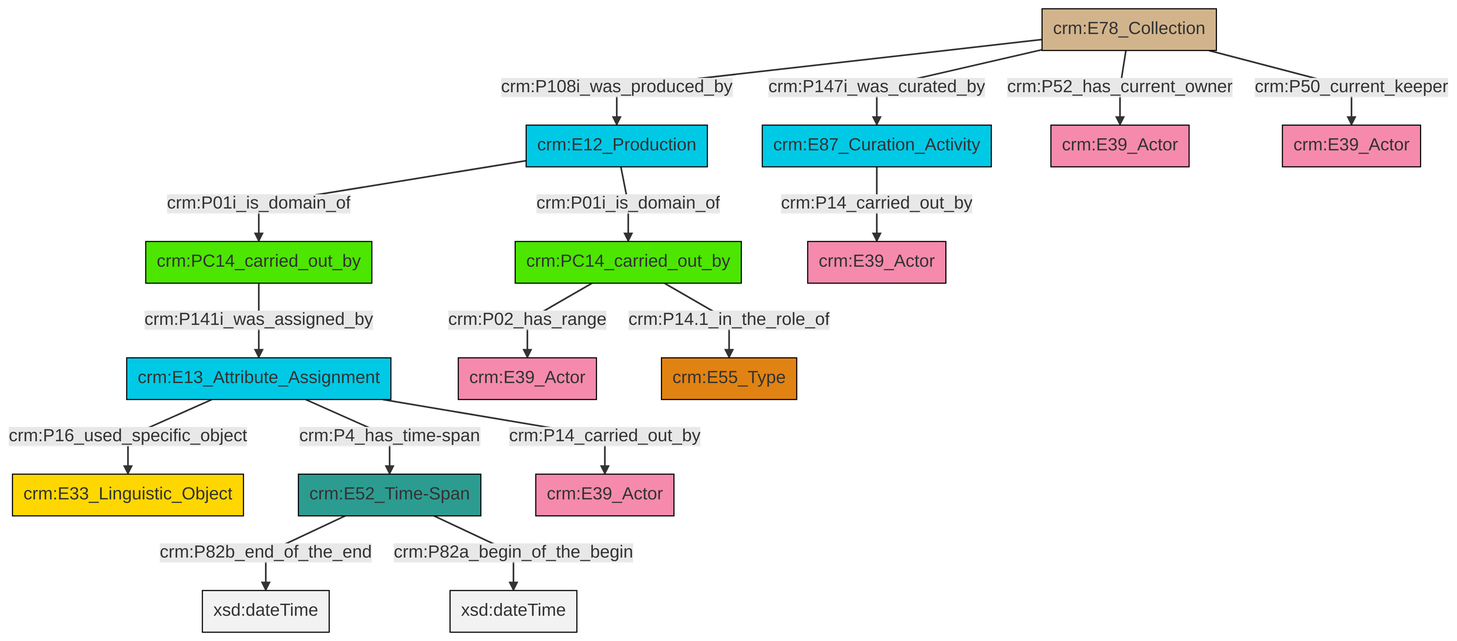
swiss-art-research-net/docs.swissartresearch keeps this Mermaid diagram as et/archivalCSV/ttl/mmd/png/archival_relation.png. Above is the earlier version. Its source is kept beside it as et/archivalCSV/ttl/mmd/archival_relation.ttl.mmd. Source of this version:
```mermaid
graph TD
classDef Literal fill:#f2f2f2,stroke:#000000;
classDef CRM_Entity fill:#FFFFFF,stroke:#000000;
classDef Temporal_Entity fill:#00C9E6, stroke:#000000;
classDef Type fill:#E18312, stroke:#000000;
classDef Time-Span fill:#2C9C91, stroke:#000000;
classDef Appellation fill:#FFEB7F, stroke:#000000;
classDef Place fill:#008836, stroke:#000000;
classDef Persistent_Item fill:#B266B2, stroke:#000000;
classDef Conceptual_Object fill:#FFD700, stroke:#000000;
classDef Physical_Thing fill:#D2B48C, stroke:#000000;
classDef Actor fill:#f58aad, stroke:#000000;
classDef PC_Classes fill:#4ce600, stroke:#000000;
classDef Multi fill:#cccccc,stroke:#000000;

4["crm:E78_Collection"]:::Physical_Thing -->|crm:P52_has_current_owner| 5["crm:E39_Actor"]:::Actor
6["crm:E13_Attribute_Assignment"]:::Temporal_Entity -->|crm:P16_used_specific_object| 7["crm:E33_Linguistic_Object"]:::Conceptual_Object
4["crm:E78_Collection"]:::Physical_Thing -->|crm:P50_current_keeper| 8["crm:E39_Actor"]:::Actor
4["crm:E78_Collection"]:::Physical_Thing -->|crm:P147i_was_curated_by| 2["crm:E87_Curation_Activity"]:::Temporal_Entity
12["crm:E52_Time-Span"]:::Time-Span -->|crm:P82b_end_of_the_end| 13[xsd:dateTime]:::Literal
15["crm:PC14_carried_out_by"]:::PC_Classes -->|crm:P02_has_range| 9["crm:E39_Actor"]:::Actor
6["crm:E13_Attribute_Assignment"]:::Temporal_Entity -->|crm:P14_carried_out_by| 16["crm:E39_Actor"]:::Actor
15["crm:PC14_carried_out_by"]:::PC_Classes -->|crm:P14.1_in_the_role_of| 17["crm:E55_Type"]:::Type
0["crm:E12_Production"]:::Temporal_Entity -->|crm:P01i_is_domain_of| 19["crm:PC14_carried_out_by"]:::PC_Classes
12["crm:E52_Time-Span"]:::Time-Span -->|crm:P82a_begin_of_the_begin| 20[xsd:dateTime]:::Literal
4["crm:E78_Collection"]:::Physical_Thing -->|crm:P108i_was_produced_by| 0["crm:E12_Production"]:::Temporal_Entity
0["crm:E12_Production"]:::Temporal_Entity -->|crm:P01i_is_domain_of| 15["crm:PC14_carried_out_by"]:::PC_Classes
6["crm:E13_Attribute_Assignment"]:::Temporal_Entity -->|crm:P4_has_time-span| 12["crm:E52_Time-Span"]:::Time-Span
19["crm:PC14_carried_out_by"]:::PC_Classes -->|crm:P141i_was_assigned_by| 6["crm:E13_Attribute_Assignment"]:::Temporal_Entity
2["crm:E87_Curation_Activity"]:::Temporal_Entity -->|crm:P14_carried_out_by| 26["crm:E39_Actor"]:::Actor
```
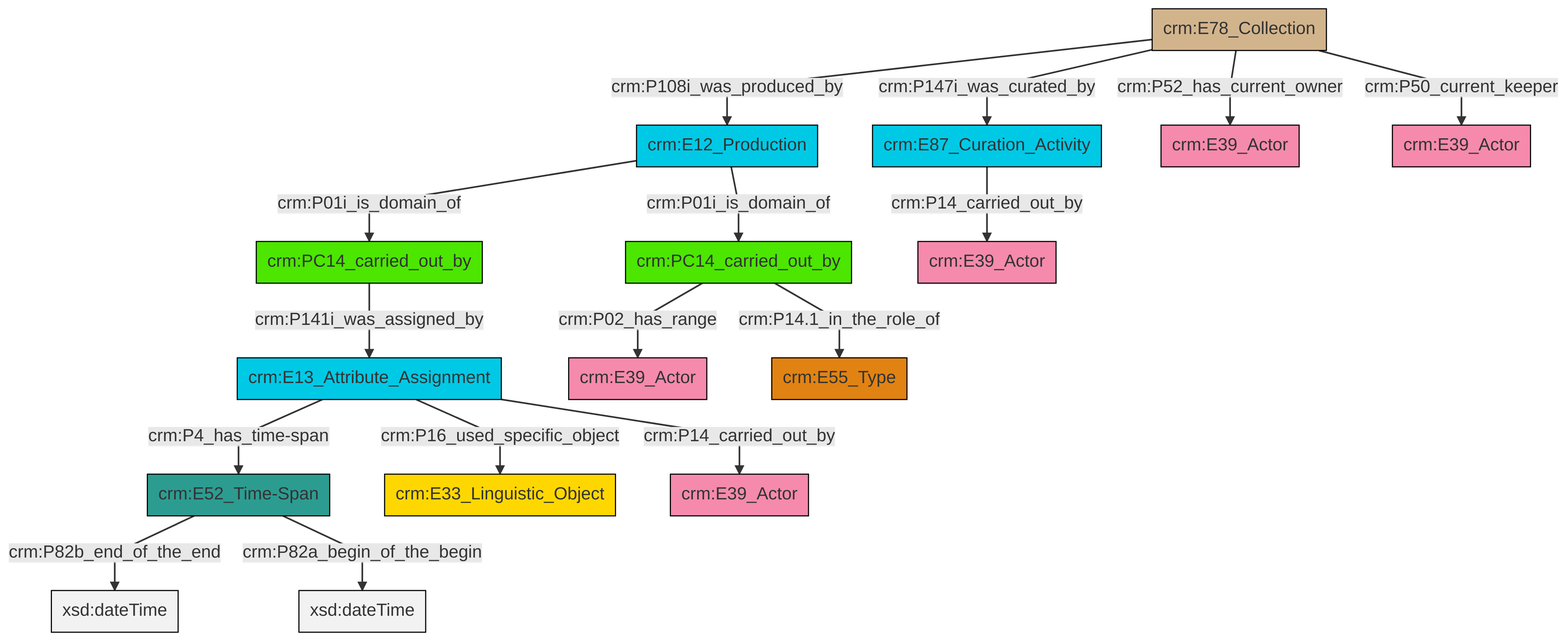
After the change.

The edit, as a diff of the source:
```diff
@@ -13,18 +13,18 @@
 classDef PC_Classes fill:#4ce600, stroke:#000000;
 classDef Multi fill:#cccccc,stroke:#000000;
 
-4["crm:E78_Collection"]:::Physical_Thing -->|crm:P52_has_current_owner| 5["crm:E39_Actor"]:::Actor
-6["crm:E13_Attribute_Assignment"]:::Temporal_Entity -->|crm:P16_used_specific_object| 7["crm:E33_Linguistic_Object"]:::Conceptual_Object
-4["crm:E78_Collection"]:::Physical_Thing -->|crm:P50_current_keeper| 8["crm:E39_Actor"]:::Actor
-4["crm:E78_Collection"]:::Physical_Thing -->|crm:P147i_was_curated_by| 2["crm:E87_Curation_Activity"]:::Temporal_Entity
-12["crm:E52_Time-Span"]:::Time-Span -->|crm:P82b_end_of_the_end| 13[xsd:dateTime]:::Literal
-15["crm:PC14_carried_out_by"]:::PC_Classes -->|crm:P02_has_range| 9["crm:E39_Actor"]:::Actor
-6["crm:E13_Attribute_Assignment"]:::Temporal_Entity -->|crm:P14_carried_out_by| 16["crm:E39_Actor"]:::Actor
-15["crm:PC14_carried_out_by"]:::PC_Classes -->|crm:P14.1_in_the_role_of| 17["crm:E55_Type"]:::Type
-0["crm:E12_Production"]:::Temporal_Entity -->|crm:P01i_is_domain_of| 19["crm:PC14_carried_out_by"]:::PC_Classes
-12["crm:E52_Time-Span"]:::Time-Span -->|crm:P82a_begin_of_the_begin| 20[xsd:dateTime]:::Literal
-4["crm:E78_Collection"]:::Physical_Thing -->|crm:P108i_was_produced_by| 0["crm:E12_Production"]:::Temporal_Entity
-0["crm:E12_Production"]:::Temporal_Entity -->|crm:P01i_is_domain_of| 15["crm:PC14_carried_out_by"]:::PC_Classes
-6["crm:E13_Attribute_Assignment"]:::Temporal_Entity -->|crm:P4_has_time-span| 12["crm:E52_Time-Span"]:::Time-Span
-19["crm:PC14_carried_out_by"]:::PC_Classes -->|crm:P141i_was_assigned_by| 6["crm:E13_Attribute_Assignment"]:::Temporal_Entity
-2["crm:E87_Curation_Activity"]:::Temporal_Entity -->|crm:P14_carried_out_by| 26["crm:E39_Actor"]:::Actor
+2["crm:E78_Collection"]:::Physical_Thing -->|crm:P147i_was_curated_by| 4["crm:E87_Curation_Activity"]:::Temporal_Entity
+5["crm:E13_Attribute_Assignment"]:::Temporal_Entity -->|crm:P4_has_time-span| 6["crm:E52_Time-Span"]:::Time-Span
+9["crm:PC14_carried_out_by"]:::PC_Classes -->|crm:P02_has_range| 10["crm:E39_Actor"]:::Actor
+4["crm:E87_Curation_Activity"]:::Temporal_Entity -->|crm:P14_carried_out_by| 13["crm:E39_Actor"]:::Actor
+6["crm:E52_Time-Span"]:::Time-Span -->|crm:P82b_end_of_the_end| 15[xsd:dateTime]:::Literal
+2["crm:E78_Collection"]:::Physical_Thing -->|crm:P50_current_keeper| 19["crm:E39_Actor"]:::Actor
+5["crm:E13_Attribute_Assignment"]:::Temporal_Entity -->|crm:P16_used_specific_object| 7["crm:E33_Linguistic_Object"]:::Conceptual_Object
+2["crm:E78_Collection"]:::Physical_Thing -->|crm:P108i_was_produced_by| 0["crm:E12_Production"]:::Temporal_Entity
+2["crm:E78_Collection"]:::Physical_Thing -->|crm:P52_has_current_owner| 17["crm:E39_Actor"]:::Actor
+6["crm:E52_Time-Span"]:::Time-Span -->|crm:P82a_begin_of_the_begin| 25[xsd:dateTime]:::Literal
+5["crm:E13_Attribute_Assignment"]:::Temporal_Entity -->|crm:P14_carried_out_by| 23["crm:E39_Actor"]:::Actor
+9["crm:PC14_carried_out_by"]:::PC_Classes -->|crm:P14.1_in_the_role_of| 26["crm:E55_Type"]:::Type
+0["crm:E12_Production"]:::Temporal_Entity -->|crm:P01i_is_domain_of| 11["crm:PC14_carried_out_by"]:::PC_Classes
+0["crm:E12_Production"]:::Temporal_Entity -->|crm:P01i_is_domain_of| 9["crm:PC14_carried_out_by"]:::PC_Classes
+11["crm:PC14_carried_out_by"]:::PC_Classes -->|crm:P141i_was_assigned_by| 5["crm:E13_Attribute_Assignment"]:::Temporal_Entity
```
